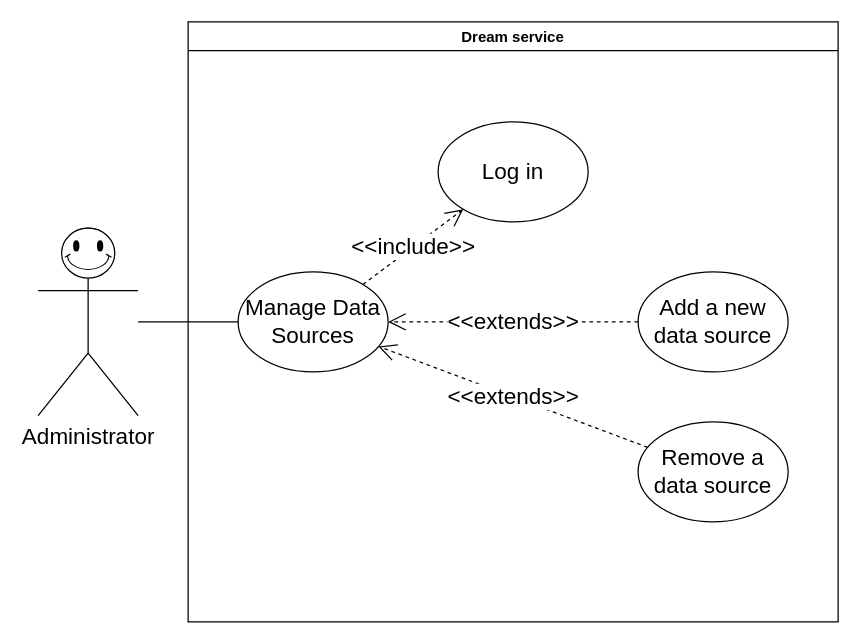
Before: page "Administrator" (3 of 4) of Use cases diagram/UseCase.drawio in matteovisotto/SE2-CecchettoSirianiVisotto, a draw.io diagram. Source tidied: cells renumbered, new cells numbered last; positions are measured from the earlier drawing's top-left corner, leaving out a move shared by most shapes. Both pictures are drawn from the tidied source at 125%, with x=0, y=0 at pixel (38, 21).
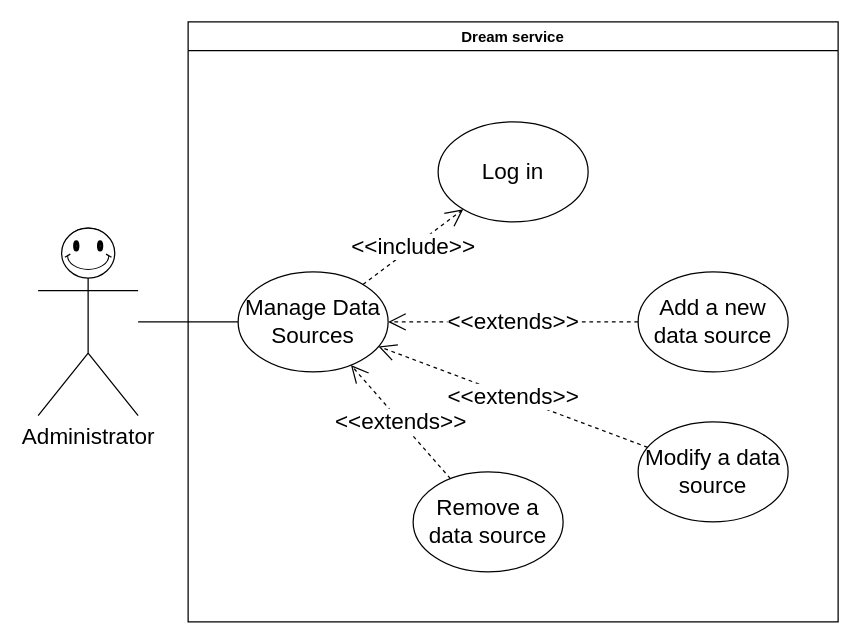
After the change.

The edit, as a diff of the source:
```diff
@@
 <mxGraphModel>
   <root>
     <mxCell id="0" />
     <mxCell id="1" parent="0" />
     <mxCell id="2" value="&lt;font style=&quot;font-size: 18px&quot;&gt;Administrator&lt;/font&gt;" style="shape=umlActor;verticalLabelPosition=bottom;verticalAlign=top;html=1;outlineConnect=0;" parent="1" vertex="1">
       <mxGeometry y="165" width="80" height="150" as="geometry" />
     </mxCell>
     <mxCell id="3" value="Dream service" style="swimlane;" parent="1" vertex="1">
       <mxGeometry x="120" width="520" height="480" as="geometry" />
     </mxCell>
     <mxCell id="4" value="&lt;font style=&quot;font-size: 18px&quot;&gt;Add a new data source&lt;/font&gt;" style="ellipse;whiteSpace=wrap;html=1;" parent="3" vertex="1">
       <mxGeometry x="360" y="200" width="120" height="80" as="geometry" />
     </mxCell>
     <mxCell id="5" value="&lt;font style=&quot;font-size: 18px&quot;&gt;Remove a data source&lt;/font&gt;" style="ellipse;whiteSpace=wrap;html=1;" parent="3" vertex="1">
-      <mxGeometry x="360" y="320" width="120" height="80" as="geometry" />
+      <mxGeometry x="180" y="360" width="120" height="80" as="geometry" />
     </mxCell>
     <mxCell id="6" value="&lt;font style=&quot;font-size: 18px&quot;&gt;Log in&lt;/font&gt;" style="ellipse;whiteSpace=wrap;html=1;" parent="3" vertex="1">
       <mxGeometry x="200" y="80" width="120" height="80" as="geometry" />
     </mxCell>
     <mxCell id="7" value="&lt;font style=&quot;font-size: 18px&quot;&gt;&amp;lt;&amp;lt;include&amp;gt;&amp;gt;&lt;/font&gt;" style="endArrow=open;endSize=12;dashed=1;html=1;rounded=0;" parent="3" edge="1" source="8" target="6">
       <mxGeometry relative="1" as="geometry" />
     </mxCell>
     <mxCell id="8" value="&lt;font style=&quot;font-size: 18px&quot;&gt;Manage Data Sources&lt;/font&gt;" style="ellipse;whiteSpace=wrap;html=1;" parent="3" vertex="1">
       <mxGeometry x="40" y="200" width="120" height="80" as="geometry" />
     </mxCell>
     <mxCell id="9" value="&lt;font style=&quot;font-size: 18px&quot;&gt;&amp;lt;&amp;lt;extends&amp;gt;&amp;gt;&lt;/font&gt;" style="endArrow=open;endSize=12;dashed=1;html=1;rounded=0;" parent="3" edge="1" source="4" target="8">
       <mxGeometry relative="1" as="geometry" />
     </mxCell>
     <mxCell id="10" value="&lt;font style=&quot;font-size: 18px&quot;&gt;&amp;lt;&amp;lt;extends&amp;gt;&amp;gt;&lt;/font&gt;" style="endArrow=open;endSize=12;dashed=1;html=1;rounded=0;" parent="3" edge="1" source="5" target="8">
       <mxGeometry relative="1" as="geometry" />
     </mxCell>
+    <mxCell id="13" value="&lt;font style=&quot;font-size: 18px&quot;&gt;Modify a data source&lt;/font&gt;" style="ellipse;whiteSpace=wrap;html=1;" parent="3" vertex="1">
+      <mxGeometry x="360" y="320" width="120" height="80" as="geometry" />
+    </mxCell>
+    <mxCell id="14" value="&lt;font style=&quot;font-size: 18px&quot;&gt;&amp;lt;&amp;lt;extends&amp;gt;&amp;gt;&lt;/font&gt;" style="endArrow=open;endSize=12;dashed=1;html=1;rounded=0;" parent="3" edge="1" source="13" target="8">
+      <mxGeometry relative="1" as="geometry" />
+    </mxCell>
     <mxCell id="11" style="verticalLabelPosition=bottom;verticalAlign=top;html=1;shape=mxgraph.basic.smiley;" parent="1" vertex="1">
       <mxGeometry x="18.8" y="165" width="42.5" height="40" as="geometry" />
     </mxCell>
     <mxCell id="12" style="endArrow=none;html=1;rounded=0;" parent="1" edge="1" source="2" target="8">
       <mxGeometry relative="1" as="geometry" />
     </mxCell>
   </root>
 </mxGraphModel>
```
